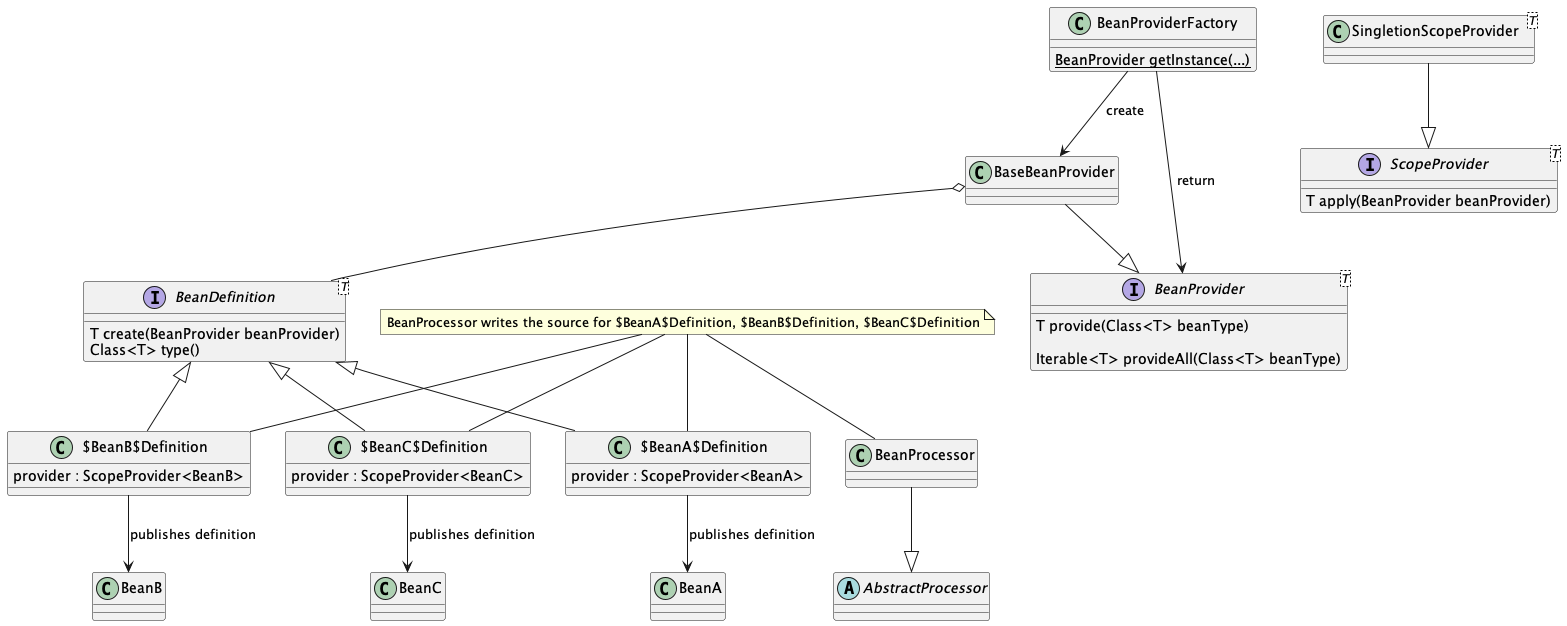
Before: docs/Framework.png, a diagram exported from PlantUML (JacekDubikowski/build-your-own-framework).
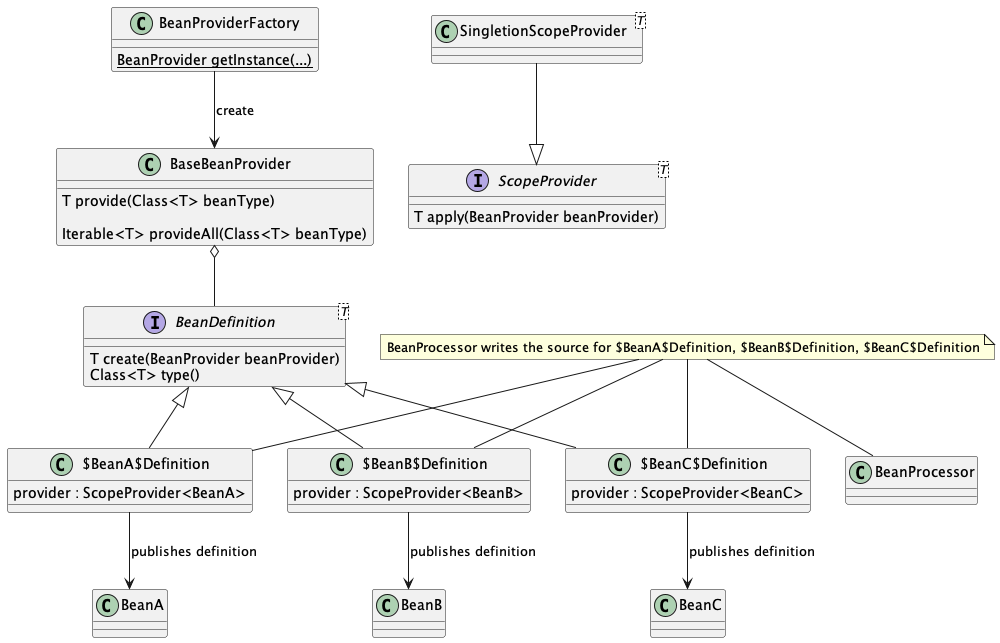
After the change.

The edit, as a diff of the source:
```diff
@@ -26,12 +26,6 @@
 BeanDefinition <|-- $BeanB$Definition
 BeanDefinition <|-- $BeanC$Definition
 
-interface BeanProvider<T> {
-    T provide(Class<T> beanType)
-
-    Iterable<T> provideAll(Class<T> beanType)
-}
-
 interface ScopeProvider<T> {
     T apply(BeanProvider beanProvider)
 }
@@ -44,15 +38,16 @@
     {static} BeanProvider getInstance(...)
 }
 
+class BaseBeanProvider {
+    T provide(Class<T> beanType)
+
+    Iterable<T> provideAll(Class<T> beanType)
+}
+
 BeanProviderFactory --> BaseBeanProvider : create
-BeanProviderFactory --> BeanProvider : return
 BaseBeanProvider o-- BeanDefinition
-BaseBeanProvider --|> BeanProvider
 
 class BeanProcessor
-abstract class AbstractProcessor
-
-BeanProcessor --|> AbstractProcessor
 
 note "BeanProcessor writes the source for $BeanA$Definition, $BeanB$Definition, $BeanC$Definition" as N1
 N1 -- BeanProcessor
```
